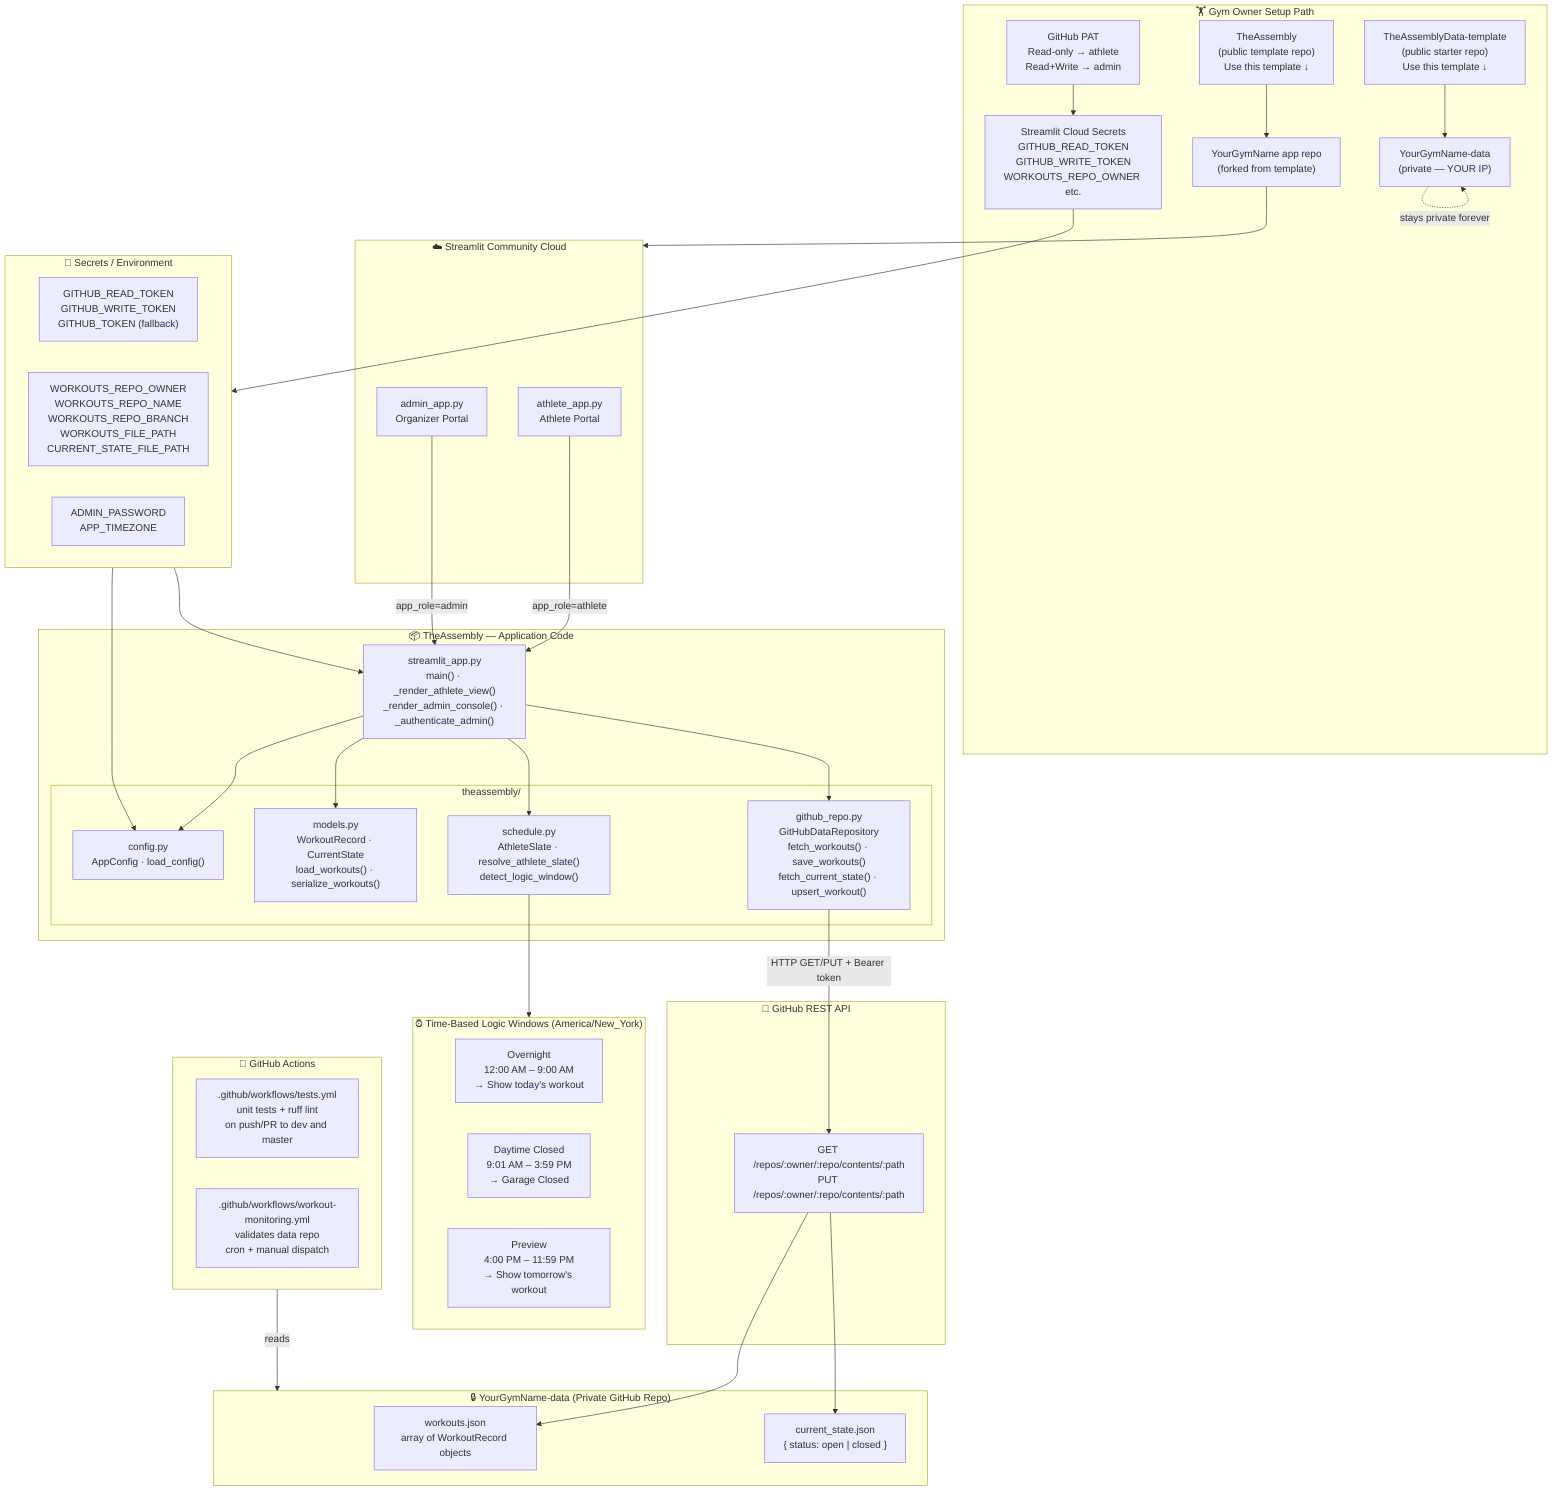
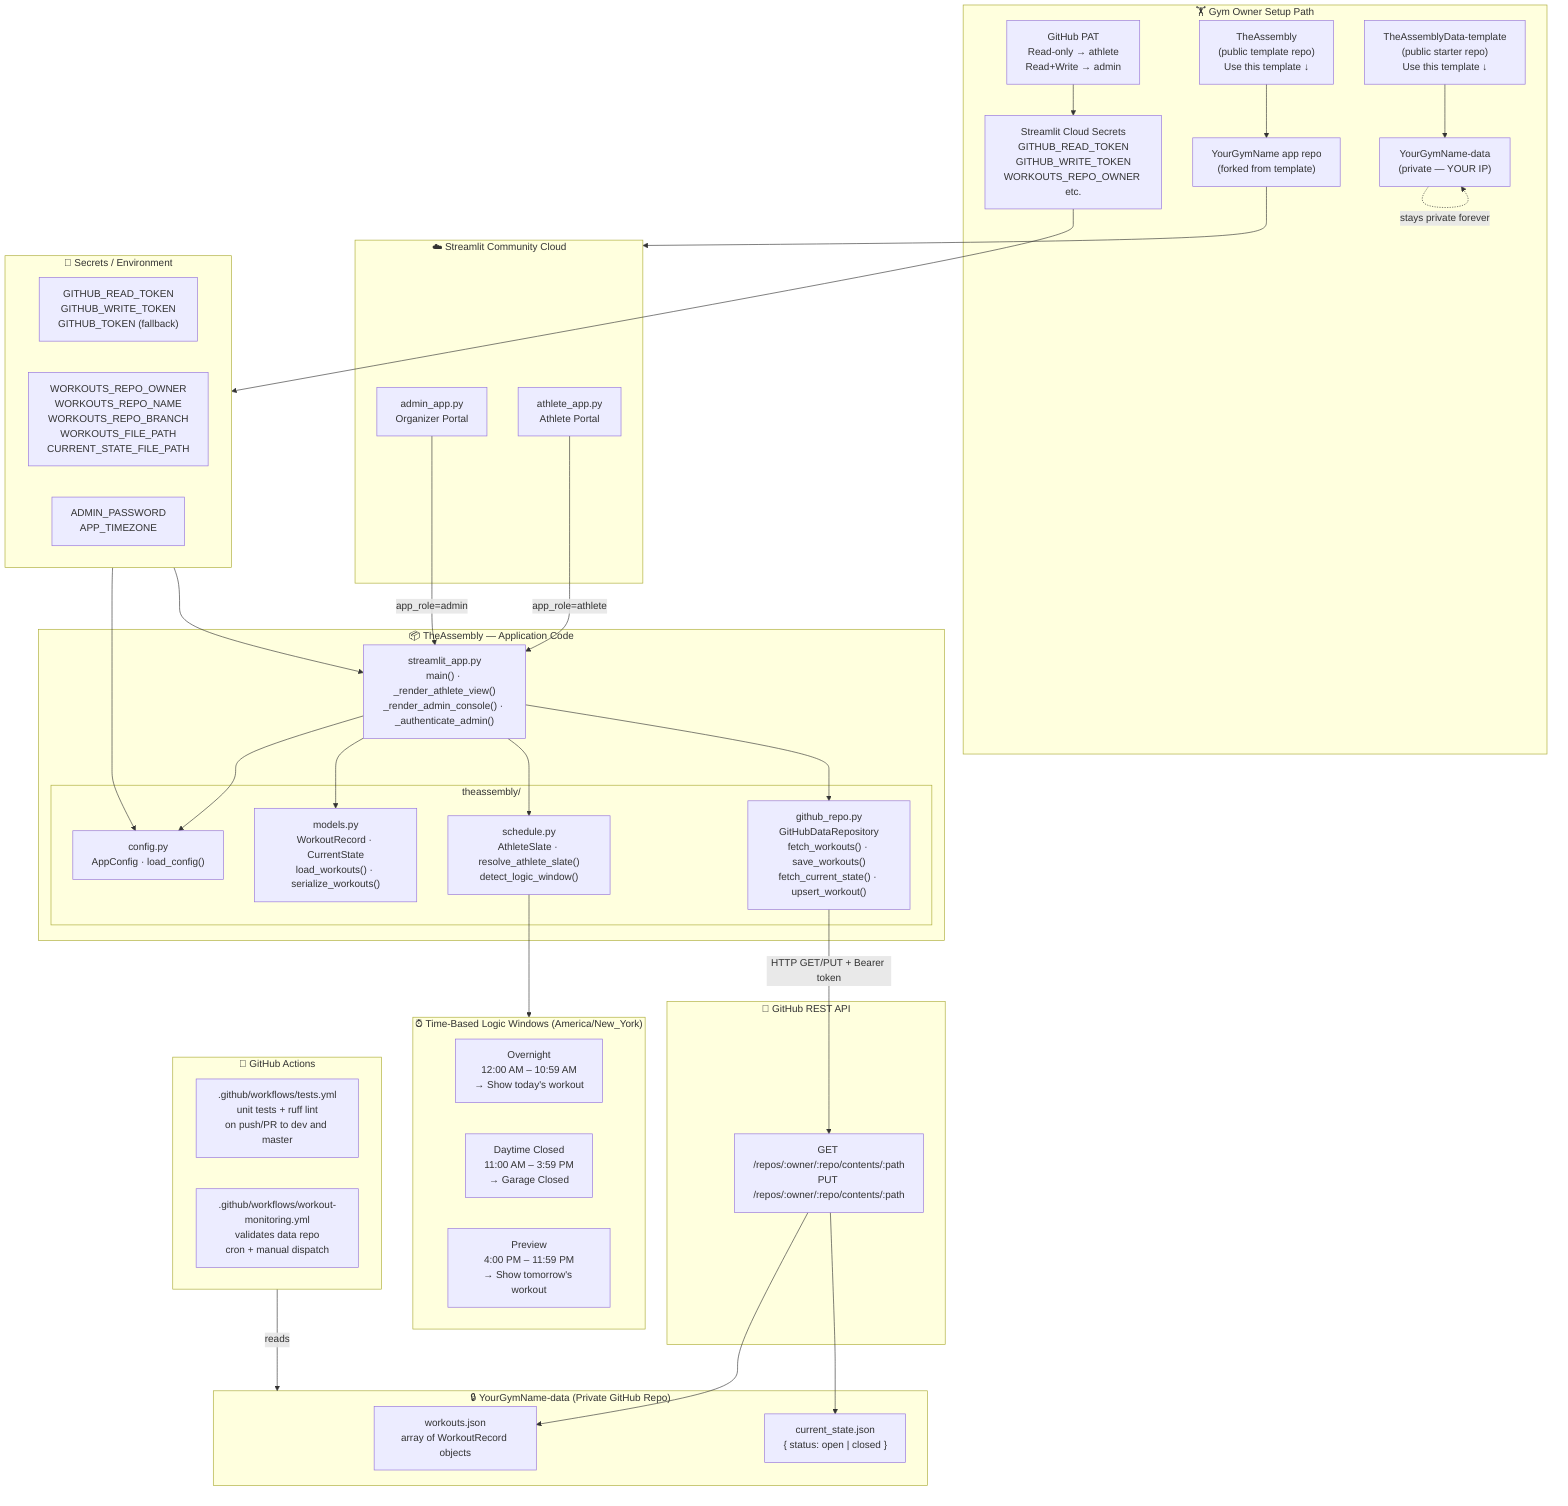
graph TD
    subgraph GymOwnerSetup["🏋️ Gym Owner Setup Path"]
        Template["TheAssembly\n(public template repo)\nUse this template ↓"]
        DataTemplate["TheAssemblyData-template\n(public starter repo)\nUse this template ↓"]
        GymRepo["YourGymName app repo\n(forked from template)"]
        GymData["YourGymName-data\n(private — YOUR IP)"]
        PAT["GitHub PAT\nRead-only → athlete\nRead+Write → admin"]
        StreamlitSecrets["Streamlit Cloud Secrets\nGITHUB_READ_TOKEN\nGITHUB_WRITE_TOKEN\nWORKOUTS_REPO_OWNER etc."]
        Template --> GymRepo
        DataTemplate --> GymData
        PAT --> StreamlitSecrets
        GymData -.->|"stays private forever"| GymData
    end

    subgraph StreamlitCloud["☁️ Streamlit Community Cloud"]
        AthleteApp["athlete_app.py\nAthlete Portal"]
        AdminApp["admin_app.py\nOrganizer Portal"]
    end

    subgraph TheAssembly["📦 TheAssembly — Application Code"]
        StreamlitApp["streamlit_app.py\nmain() · _render_athlete_view()\n_render_admin_console() · _authenticate_admin()"]
        subgraph Package["theassembly/"]
            Config["config.py\nAppConfig · load_config()"]
            Models["models.py\nWorkoutRecord · CurrentState\nload_workouts() · serialize_workouts()"]
            GHRepo["github_repo.py\nGitHubDataRepository\nfetch_workouts() · save_workouts()\nfetch_current_state() · upsert_workout()"]
            Schedule["schedule.py\nAthleteSlate · resolve_athlete_slate()\ndetect_logic_window()"]
        end
    end

    subgraph PrivateDataRepo["🔒 YourGymName-data (Private GitHub Repo)"]
        WorkoutsJSON["workouts.json\narray of WorkoutRecord objects"]
        StateJSON["current_state.json\n{ status: open | closed }"]
    end

    subgraph GitHubAPI["🐙 GitHub REST API"]
        ContentsAPI["GET /repos/:owner/:repo/contents/:path\nPUT /repos/:owner/:repo/contents/:path"]
    end

    subgraph Secrets["🔑 Secrets / Environment"]
        Tokens["GITHUB_READ_TOKEN\nGITHUB_WRITE_TOKEN\nGITHUB_TOKEN (fallback)"]
        RepoCfg["WORKOUTS_REPO_OWNER\nWORKOUTS_REPO_NAME\nWORKOUTS_REPO_BRANCH\nWORKOUTS_FILE_PATH\nCURRENT_STATE_FILE_PATH"]
        AppCfg["ADMIN_PASSWORD\nAPP_TIMEZONE"]
    end

    subgraph TimeLogic["⏰ Time-Based Logic Windows (America/New_York)"]
-         Overnight["Overnight\n12:00 AM – 9:00 AM\n→ Show today's workout"]
-         Closed["Daytime Closed\n9:01 AM – 3:59 PM\n→ Garage Closed"]
+         Overnight["Overnight\n12:00 AM – 10:59 AM\n→ Show today's workout"]
+         Closed["Daytime Closed\n11:00 AM – 3:59 PM\n→ Garage Closed"]
        Preview["Preview\n4:00 PM – 11:59 PM\n→ Show tomorrow's workout"]
    end

    subgraph CI["🔄 GitHub Actions"]
        TestsWF[".github/workflows/tests.yml\nunit tests + ruff lint\non push/PR to dev and master"]
        MonitorWF[".github/workflows/workout-monitoring.yml\nvalidates data repo\ncron + manual dispatch"]
    end

    GymRepo --> StreamlitCloud
    StreamlitSecrets --> Secrets
    AthleteApp -->|"app_role=athlete"| StreamlitApp
    AdminApp -->|"app_role=admin"| StreamlitApp
    StreamlitApp --> Config
    StreamlitApp --> Models
    StreamlitApp --> GHRepo
    StreamlitApp --> Schedule
    GHRepo -->|"HTTP GET/PUT + Bearer token"| ContentsAPI
    ContentsAPI --> WorkoutsJSON
    ContentsAPI --> StateJSON
    Secrets --> Config
    Secrets --> StreamlitApp
    Schedule --> TimeLogic
    CI -->|"reads"| PrivateDataRepo

